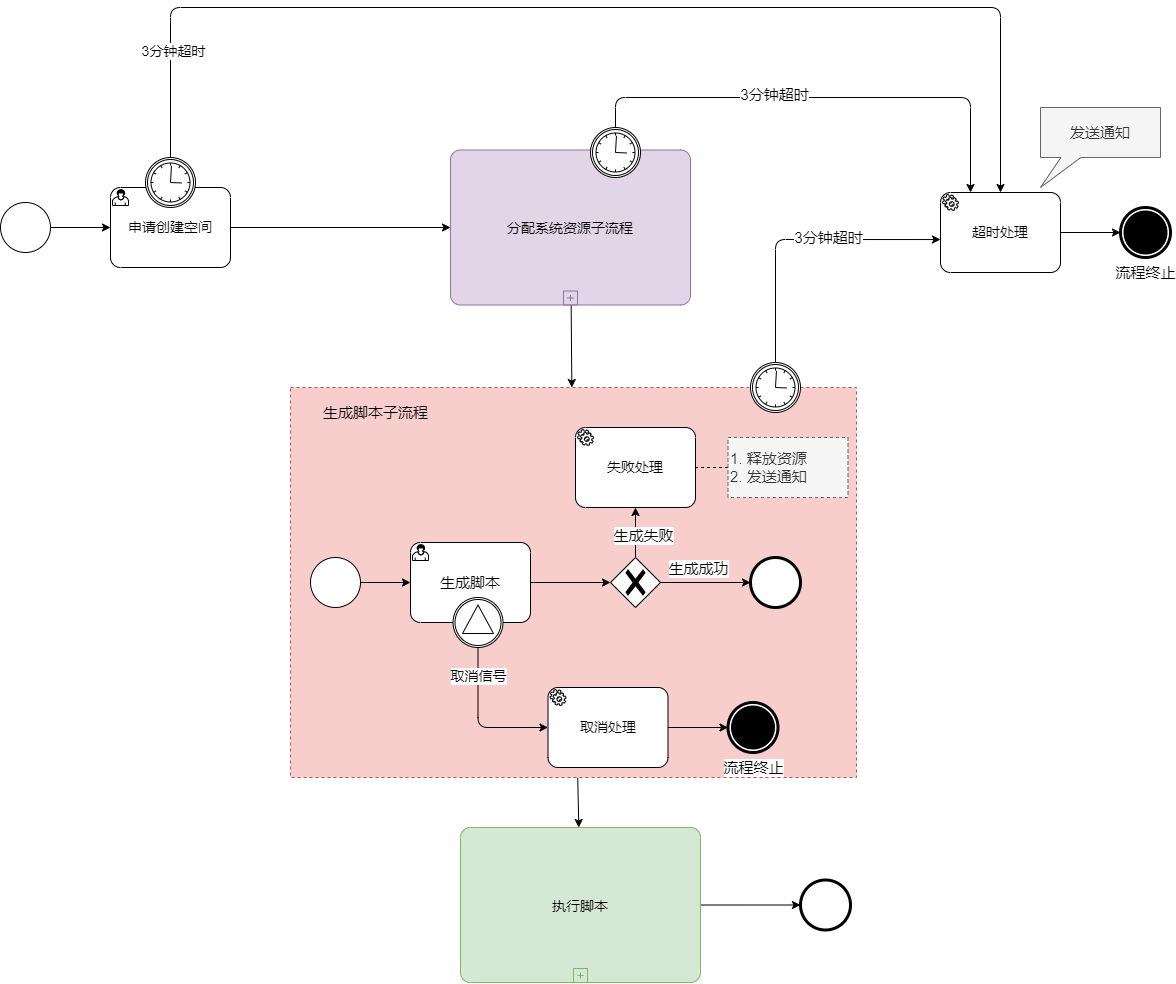
Earlier version of the draw.io export blog/business_observable/002/_media/工作流_细化生成脚本.png (codepodspace/codepod-docs). Source tidied: cells renumbered, new cells last; positions are measured from the earlier drawing's top-left corner, leaving out a move shared by most shapes.
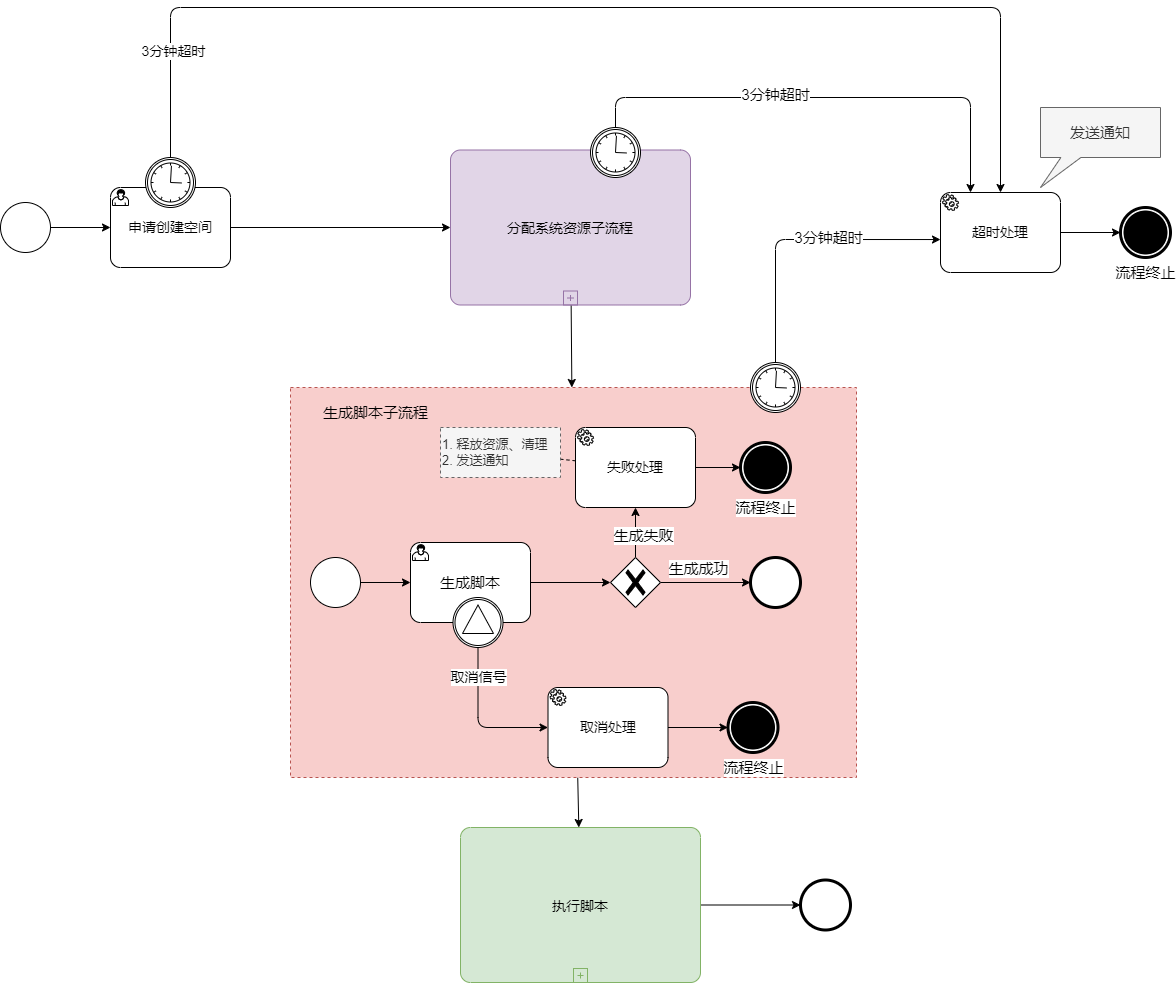
Above is the later version.

The edit, as a diff of the source:
```diff
@@ -105,6 +105,9 @@
     <mxCell id="30" style="points=[[0.25,0.25,0],[0.5,0,0],[0.75,0.25,0],[1,0.5,0],[0.75,0.75,0],[0.5,1,0],[0.25,0.75,0],[0,0.5,0]];shape=mxgraph.bpmn.gateway2;html=1;verticalLabelPosition=bottom;labelBackgroundColor=#ffffff;verticalAlign=top;align=center;perimeter=rhombusPerimeter;outlineConnect=0;outline=none;symbol=none;gwType=exclusive;fontSize=14;" parent="1" vertex="1">
       <mxGeometry x="610" y="550" width="50" height="50" as="geometry" />
     </mxCell>
+    <mxCell id="46" style="edgeStyle=none;html=1;fontSize=13;" parent="1" edge="1" source="31" target="47">
+      <mxGeometry relative="1" as="geometry" />
+    </mxCell>
     <mxCell id="31" value="失败处理" style="points=[[0.25,0,0],[0.5,0,0],[0.75,0,0],[1,0.25,0],[1,0.5,0],[1,0.75,0],[0.75,1,0],[0.5,1,0],[0.25,1,0],[0,0.75,0],[0,0.5,0],[0,0.25,0]];shape=mxgraph.bpmn.task;whiteSpace=wrap;rectStyle=rounded;size=10;html=1;taskMarker=service;fontSize=14;" parent="1" vertex="1">
       <mxGeometry x="575" y="420" width="120" height="80" as="geometry" />
     </mxCell>
@@ -142,8 +145,8 @@
     <mxCell id="41" style="edgeStyle=none;html=1;fontSize=15;endArrow=none;endFill=0;dashed=1;" parent="1" edge="1" source="42" target="31">
       <mxGeometry relative="1" as="geometry" />
     </mxCell>
-    <mxCell id="42" value="1. 释放资源&lt;br&gt;2. 发送通知" style="whiteSpace=wrap;html=1;fontSize=15;dashed=1;align=left;fillColor=#f5f5f5;fontColor=#333333;strokeColor=#666666;" parent="1" vertex="1">
-      <mxGeometry x="727.5" y="430" width="120" height="60" as="geometry" />
+    <mxCell id="42" value="1. 释放资源、清理&lt;br style=&quot;font-size: 13px;&quot;&gt;2. 发送通知" style="whiteSpace=wrap;html=1;fontSize=13;dashed=1;align=left;fillColor=#f5f5f5;fontColor=#333333;strokeColor=#666666;" parent="1" vertex="1">
+      <mxGeometry x="440" y="420" width="120" height="50" as="geometry" />
     </mxCell>
     <mxCell id="43" style="edgeStyle=none;html=1;" parent="1" edge="1" source="44" target="45">
       <mxGeometry relative="1" as="geometry" />
@@ -154,5 +157,8 @@
     <mxCell id="45" style="points=[[0.145,0.145,0],[0.5,0,0],[0.855,0.145,0],[1,0.5,0],[0.855,0.855,0],[0.5,1,0],[0.145,0.855,0],[0,0.5,0]];shape=mxgraph.bpmn.event;html=1;verticalLabelPosition=bottom;labelBackgroundColor=#ffffff;verticalAlign=top;align=center;perimeter=ellipsePerimeter;outlineConnect=0;outline=end;symbol=terminate2;fontSize=15;" parent="1" vertex="1">
       <mxGeometry x="800" y="872.5" width="50" height="50" as="geometry" />
     </mxCell>
+    <mxCell id="47" value="流程终止" style="points=[[0.145,0.145,0],[0.5,0,0],[0.855,0.145,0],[1,0.5,0],[0.855,0.855,0],[0.5,1,0],[0.145,0.855,0],[0,0.5,0]];shape=mxgraph.bpmn.event;html=1;verticalLabelPosition=bottom;labelBackgroundColor=#ffffff;verticalAlign=top;align=center;perimeter=ellipsePerimeter;outlineConnect=0;outline=end;symbol=terminate;fontSize=15;" parent="1" vertex="1">
+      <mxGeometry x="740" y="435" width="50" height="50" as="geometry" />
+    </mxCell>
   </root>
 </mxGraphModel>
```
